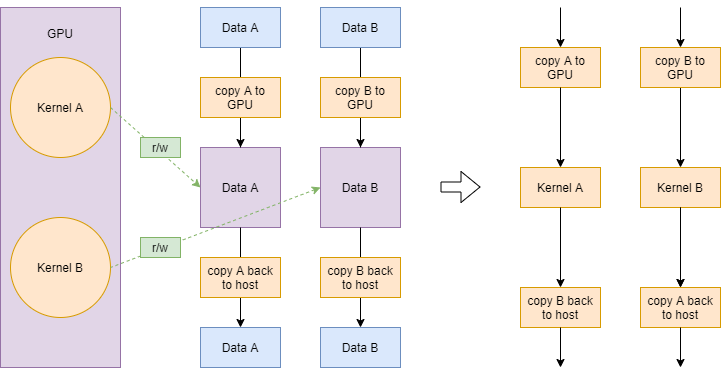
Earlier version of the draw.io export Lesson_Materials/Lecture_10_Data_and_Dependencies/concurrent_data_flow.png (codeplaysoftware/syclacademy). Source tidied: cells renumbered, new cells last; positions are measured from the earlier drawing's top-left corner, leaving out a move shared by most shapes. Its diagram source:
```xml
<mxGraphModel>
  <root>
    <mxCell id="0" />
    <mxCell id="1" parent="0" />
    <mxCell id="2" value="Kernel A" style="rounded=0;whiteSpace=wrap;html=1;fillColor=#ffe6cc;strokeColor=#d79b00;" parent="1" vertex="1">
      <mxGeometry x="520" y="160" width="80" height="40" as="geometry" />
    </mxCell>
    <mxCell id="3" value="Kernel B" style="rounded=0;whiteSpace=wrap;html=1;fillColor=#ffe6cc;strokeColor=#d79b00;" parent="1" vertex="1">
      <mxGeometry x="640" y="160" width="80" height="40" as="geometry" />
    </mxCell>
    <mxCell id="4" value="GPU&lt;br&gt;&lt;br&gt;&lt;br&gt;&lt;br&gt;&lt;br&gt;&lt;br&gt;&lt;br&gt;&lt;br&gt;&lt;br&gt;&lt;br&gt;&lt;br&gt;&lt;br&gt;&lt;br&gt;&lt;br&gt;&lt;br&gt;&lt;br&gt;&lt;br&gt;&lt;br&gt;&lt;br&gt;&lt;br&gt;&lt;br&gt;&lt;br&gt;&lt;br&gt;" style="rounded=0;whiteSpace=wrap;html=1;fillColor=#e1d5e7;strokeColor=#9673a6;" parent="1" vertex="1">
      <mxGeometry width="120" height="360" as="geometry" />
    </mxCell>
    <mxCell id="5" value="Kernel A" style="ellipse;whiteSpace=wrap;html=1;fillColor=#ffe6cc;strokeColor=#d79b00;" parent="1" vertex="1">
      <mxGeometry x="10" y="50" width="100" height="100" as="geometry" />
    </mxCell>
    <mxCell id="6" value="Kernel B" style="ellipse;whiteSpace=wrap;html=1;fillColor=#ffe6cc;strokeColor=#d79b00;" parent="1" vertex="1">
      <mxGeometry x="10" y="210" width="100" height="100" as="geometry" />
    </mxCell>
    <mxCell id="7" value="Data A" style="rounded=0;whiteSpace=wrap;html=1;fillColor=#e1d5e7;strokeColor=#9673a6;" parent="1" vertex="1">
      <mxGeometry x="200" y="140" width="80" height="80" as="geometry" />
    </mxCell>
    <mxCell id="8" style="endArrow=classic;html=1;exitX=1;exitY=0.5;exitDx=0;exitDy=0;entryX=0;entryY=0.5;entryDx=0;entryDy=0;fillColor=#d5e8d4;strokeColor=#82b366;dashed=1;" parent="1" edge="1" source="5" target="7">
      <mxGeometry relative="1" as="geometry" />
    </mxCell>
    <mxCell id="9" style="endArrow=none;html=1;exitX=0;exitY=0.5;exitDx=0;exitDy=0;entryX=1;entryY=0.5;entryDx=0;entryDy=0;fillColor=#d5e8d4;strokeColor=#82b366;dashed=1;endFill=0;startArrow=classic;startFill=1;" parent="1" edge="1" source="26" target="6">
      <mxGeometry relative="1" as="geometry" />
    </mxCell>
    <mxCell id="10" value="r/w" style="text;html=1;strokeColor=#82b366;fillColor=#d5e8d4;align=center;verticalAlign=middle;whiteSpace=wrap;rounded=0;" parent="1" vertex="1">
      <mxGeometry x="140" y="130" width="40" height="20" as="geometry" />
    </mxCell>
    <mxCell id="11" value="r/w" style="text;html=1;strokeColor=#82b366;fillColor=#d5e8d4;align=center;verticalAlign=middle;whiteSpace=wrap;rounded=0;" parent="1" vertex="1">
      <mxGeometry x="140" y="230" width="40" height="20" as="geometry" />
    </mxCell>
    <mxCell id="12" style="endArrow=classic;html=1;entryX=0.5;entryY=0;entryDx=0;entryDy=0;endFill=1;startArrow=none;startFill=0;exitX=0.5;exitY=1;exitDx=0;exitDy=0;" parent="1" edge="1" source="17" target="7">
      <mxGeometry relative="1" as="geometry" />
    </mxCell>
    <mxCell id="13" style="endArrow=classic;html=1;exitX=0.5;exitY=1;exitDx=0;exitDy=0;entryX=0.5;entryY=0;entryDx=0;entryDy=0;" parent="1" edge="1" source="7" target="18">
      <mxGeometry relative="1" as="geometry" />
    </mxCell>
    <mxCell id="14" style="edgeStyle=orthogonalEdgeStyle;rounded=0;jettySize=auto;html=1;dashed=1;endArrow=none;endFill=0;" parent="1" edge="1" source="15" target="7">
      <mxGeometry relative="1" as="geometry" />
    </mxCell>
    <mxCell id="15" value="copy A to GPU" style="text;html=1;strokeColor=#d79b00;fillColor=#ffe6cc;align=center;verticalAlign=middle;whiteSpace=wrap;rounded=0;" parent="1" vertex="1">
      <mxGeometry x="200" y="70" width="80" height="40" as="geometry" />
    </mxCell>
    <mxCell id="16" value="copy A back to host" style="text;html=1;strokeColor=#d79b00;fillColor=#ffe6cc;align=center;verticalAlign=middle;whiteSpace=wrap;rounded=0;" parent="1" vertex="1">
      <mxGeometry x="200" y="250" width="80" height="40" as="geometry" />
    </mxCell>
    <mxCell id="17" value="Data A" style="rounded=0;whiteSpace=wrap;html=1;fillColor=#dae8fc;strokeColor=#6c8ebf;" parent="1" vertex="1">
      <mxGeometry x="200" width="80" height="40" as="geometry" />
    </mxCell>
    <mxCell id="18" value="Data A" style="rounded=0;whiteSpace=wrap;html=1;fillColor=#dae8fc;strokeColor=#6c8ebf;" parent="1" vertex="1">
      <mxGeometry x="200" y="320" width="80" height="40" as="geometry" />
    </mxCell>
    <mxCell id="19" value="copy A to GPU" style="text;html=1;strokeColor=#d79b00;fillColor=#ffe6cc;align=center;verticalAlign=middle;whiteSpace=wrap;rounded=0;" parent="1" vertex="1">
      <mxGeometry x="520" y="40" width="80" height="40" as="geometry" />
    </mxCell>
    <mxCell id="20" value="copy B back to host" style="text;html=1;strokeColor=#d79b00;fillColor=#ffe6cc;align=center;verticalAlign=middle;whiteSpace=wrap;rounded=0;" parent="1" vertex="1">
      <mxGeometry x="520" y="280" width="80" height="40" as="geometry" />
    </mxCell>
    <mxCell id="21" style="endArrow=classic;html=1;entryX=0.5;entryY=0;entryDx=0;entryDy=0;" parent="1" edge="1" target="19">
      <mxGeometry relative="1" as="geometry">
        <mxPoint x="560" as="sourcePoint" />
      </mxGeometry>
    </mxCell>
    <mxCell id="22" style="endArrow=classic;html=1;exitX=0.5;exitY=1;exitDx=0;exitDy=0;entryX=0.5;entryY=0;entryDx=0;entryDy=0;" parent="1" edge="1" source="19" target="2">
      <mxGeometry relative="1" as="geometry" />
    </mxCell>
    <mxCell id="23" style="endArrow=classic;html=1;exitX=0.5;exitY=1;exitDx=0;exitDy=0;" parent="1" edge="1" source="3">
      <mxGeometry relative="1" as="geometry">
        <mxPoint x="680" y="280" as="targetPoint" />
      </mxGeometry>
    </mxCell>
    <mxCell id="24" style="endArrow=classic;html=1;exitX=0.5;exitY=1;exitDx=0;exitDy=0;" parent="1" edge="1" source="20">
      <mxGeometry relative="1" as="geometry">
        <mxPoint x="560" y="360" as="targetPoint" />
      </mxGeometry>
    </mxCell>
    <mxCell id="25" style="shape=flexArrow;endArrow=classic;html=1;" parent="1" edge="1">
      <mxGeometry relative="1" as="geometry">
        <mxPoint x="440" y="179.5" as="sourcePoint" />
        <mxPoint x="480" y="179.5" as="targetPoint" />
      </mxGeometry>
    </mxCell>
    <mxCell id="26" value="Data B" style="rounded=0;whiteSpace=wrap;html=1;fillColor=#e1d5e7;strokeColor=#9673a6;" parent="1" vertex="1">
      <mxGeometry x="320" y="140" width="80" height="80" as="geometry" />
    </mxCell>
    <mxCell id="27" style="endArrow=classic;html=1;entryX=0.5;entryY=0;entryDx=0;entryDy=0;endFill=1;startArrow=none;startFill=0;exitX=0.5;exitY=1;exitDx=0;exitDy=0;" parent="1" edge="1" source="32" target="26">
      <mxGeometry relative="1" as="geometry" />
    </mxCell>
    <mxCell id="28" style="endArrow=classic;html=1;exitX=0.5;exitY=1;exitDx=0;exitDy=0;entryX=0.5;entryY=0;entryDx=0;entryDy=0;" parent="1" edge="1" source="26" target="33">
      <mxGeometry relative="1" as="geometry" />
    </mxCell>
    <mxCell id="29" style="edgeStyle=orthogonalEdgeStyle;rounded=0;jettySize=auto;html=1;dashed=1;endArrow=none;endFill=0;" parent="1" edge="1" source="30" target="26">
      <mxGeometry relative="1" as="geometry" />
    </mxCell>
    <mxCell id="30" value="copy B to GPU" style="text;html=1;strokeColor=#d79b00;fillColor=#ffe6cc;align=center;verticalAlign=middle;whiteSpace=wrap;rounded=0;" parent="1" vertex="1">
      <mxGeometry x="320" y="70" width="80" height="40" as="geometry" />
    </mxCell>
    <mxCell id="31" value="copy B back to host" style="text;html=1;strokeColor=#d79b00;fillColor=#ffe6cc;align=center;verticalAlign=middle;whiteSpace=wrap;rounded=0;" parent="1" vertex="1">
      <mxGeometry x="320" y="250" width="80" height="40" as="geometry" />
    </mxCell>
    <mxCell id="32" value="Data B" style="rounded=0;whiteSpace=wrap;html=1;fillColor=#dae8fc;strokeColor=#6c8ebf;" parent="1" vertex="1">
      <mxGeometry x="320" width="80" height="40" as="geometry" />
    </mxCell>
    <mxCell id="33" value="Data B" style="rounded=0;whiteSpace=wrap;html=1;fillColor=#dae8fc;strokeColor=#6c8ebf;" parent="1" vertex="1">
      <mxGeometry x="320" y="320" width="80" height="40" as="geometry" />
    </mxCell>
    <mxCell id="34" style="endArrow=classic;html=1;exitX=0.5;exitY=1;exitDx=0;exitDy=0;" parent="1" edge="1" source="35">
      <mxGeometry relative="1" as="geometry">
        <mxPoint x="680" y="160" as="targetPoint" />
      </mxGeometry>
    </mxCell>
    <mxCell id="35" value="copy B to GPU" style="text;html=1;strokeColor=#d79b00;fillColor=#ffe6cc;align=center;verticalAlign=middle;whiteSpace=wrap;rounded=0;" parent="1" vertex="1">
      <mxGeometry x="640" y="40" width="80" height="40" as="geometry" />
    </mxCell>
    <mxCell id="36" style="endArrow=classic;html=1;entryX=0.5;entryY=0;entryDx=0;entryDy=0;" parent="1" edge="1" target="35">
      <mxGeometry relative="1" as="geometry">
        <mxPoint x="680" as="sourcePoint" />
      </mxGeometry>
    </mxCell>
    <mxCell id="37" style="edgeStyle=orthogonalEdgeStyle;rounded=0;jettySize=auto;html=1;startArrow=classic;startFill=1;endArrow=none;endFill=0;" parent="1" edge="1" target="3">
      <mxGeometry relative="1" as="geometry">
        <mxPoint x="680" y="280" as="sourcePoint" />
      </mxGeometry>
    </mxCell>
    <mxCell id="38" value="copy A back to host" style="text;html=1;strokeColor=#d79b00;fillColor=#ffe6cc;align=center;verticalAlign=middle;whiteSpace=wrap;rounded=0;" parent="1" vertex="1">
      <mxGeometry x="640" y="280" width="80" height="40" as="geometry" />
    </mxCell>
    <mxCell id="39" style="edgeStyle=orthogonalEdgeStyle;rounded=0;jettySize=auto;html=1;startArrow=classic;startFill=1;endArrow=none;endFill=0;entryX=0.5;entryY=1;entryDx=0;entryDy=0;exitX=0.5;exitY=0;exitDx=0;exitDy=0;" parent="1" edge="1" source="20" target="2">
      <mxGeometry relative="1" as="geometry" />
    </mxCell>
    <mxCell id="40" style="endArrow=classic;html=1;exitX=0.5;exitY=1;exitDx=0;exitDy=0;" parent="1" edge="1" source="38">
      <mxGeometry relative="1" as="geometry">
        <mxPoint x="680" y="360" as="targetPoint" />
      </mxGeometry>
    </mxCell>
  </root>
</mxGraphModel>
```
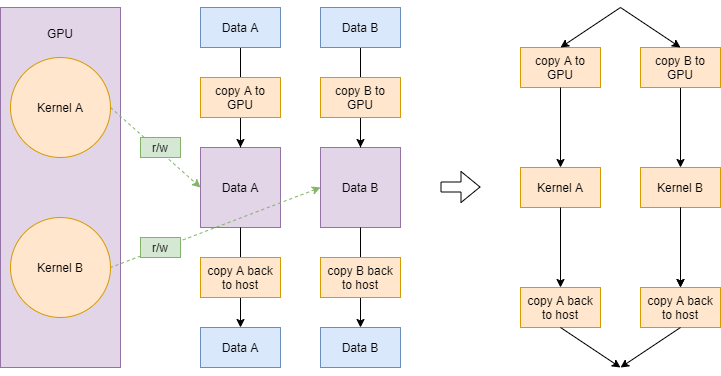
Above is the later version.

The edit, as a diff of the source:
```diff
@@ -56,12 +56,12 @@
     <mxCell id="19" value="copy A to GPU" style="text;html=1;strokeColor=#d79b00;fillColor=#ffe6cc;align=center;verticalAlign=middle;whiteSpace=wrap;rounded=0;" parent="1" vertex="1">
       <mxGeometry x="520" y="40" width="80" height="40" as="geometry" />
     </mxCell>
-    <mxCell id="20" value="copy B back to host" style="text;html=1;strokeColor=#d79b00;fillColor=#ffe6cc;align=center;verticalAlign=middle;whiteSpace=wrap;rounded=0;" parent="1" vertex="1">
+    <mxCell id="20" value="copy A back to host" style="text;html=1;strokeColor=#d79b00;fillColor=#ffe6cc;align=center;verticalAlign=middle;whiteSpace=wrap;rounded=0;" parent="1" vertex="1">
       <mxGeometry x="520" y="280" width="80" height="40" as="geometry" />
     </mxCell>
     <mxCell id="21" style="endArrow=classic;html=1;entryX=0.5;entryY=0;entryDx=0;entryDy=0;" parent="1" edge="1" target="19">
       <mxGeometry relative="1" as="geometry">
-        <mxPoint x="560" as="sourcePoint" />
+        <mxPoint x="620" as="sourcePoint" />
       </mxGeometry>
     </mxCell>
     <mxCell id="22" style="endArrow=classic;html=1;exitX=0.5;exitY=1;exitDx=0;exitDy=0;entryX=0.5;entryY=0;entryDx=0;entryDy=0;" parent="1" edge="1" source="19" target="2">
@@ -74,7 +74,7 @@
     </mxCell>
     <mxCell id="24" style="endArrow=classic;html=1;exitX=0.5;exitY=1;exitDx=0;exitDy=0;" parent="1" edge="1" source="20">
       <mxGeometry relative="1" as="geometry">
-        <mxPoint x="560" y="360" as="targetPoint" />
+        <mxPoint x="620" y="360" as="targetPoint" />
       </mxGeometry>
     </mxCell>
     <mxCell id="25" style="shape=flexArrow;endArrow=classic;html=1;" parent="1" edge="1">
@@ -117,7 +117,7 @@
     </mxCell>
     <mxCell id="36" style="endArrow=classic;html=1;entryX=0.5;entryY=0;entryDx=0;entryDy=0;" parent="1" edge="1" target="35">
       <mxGeometry relative="1" as="geometry">
-        <mxPoint x="680" as="sourcePoint" />
+        <mxPoint x="620" as="sourcePoint" />
       </mxGeometry>
     </mxCell>
     <mxCell id="37" style="edgeStyle=orthogonalEdgeStyle;rounded=0;jettySize=auto;html=1;startArrow=classic;startFill=1;endArrow=none;endFill=0;" parent="1" edge="1" target="3">
@@ -133,7 +133,7 @@
     </mxCell>
     <mxCell id="40" style="endArrow=classic;html=1;exitX=0.5;exitY=1;exitDx=0;exitDy=0;" parent="1" edge="1" source="38">
       <mxGeometry relative="1" as="geometry">
-        <mxPoint x="680" y="360" as="targetPoint" />
+        <mxPoint x="620" y="360" as="targetPoint" />
       </mxGeometry>
     </mxCell>
   </root>
```
